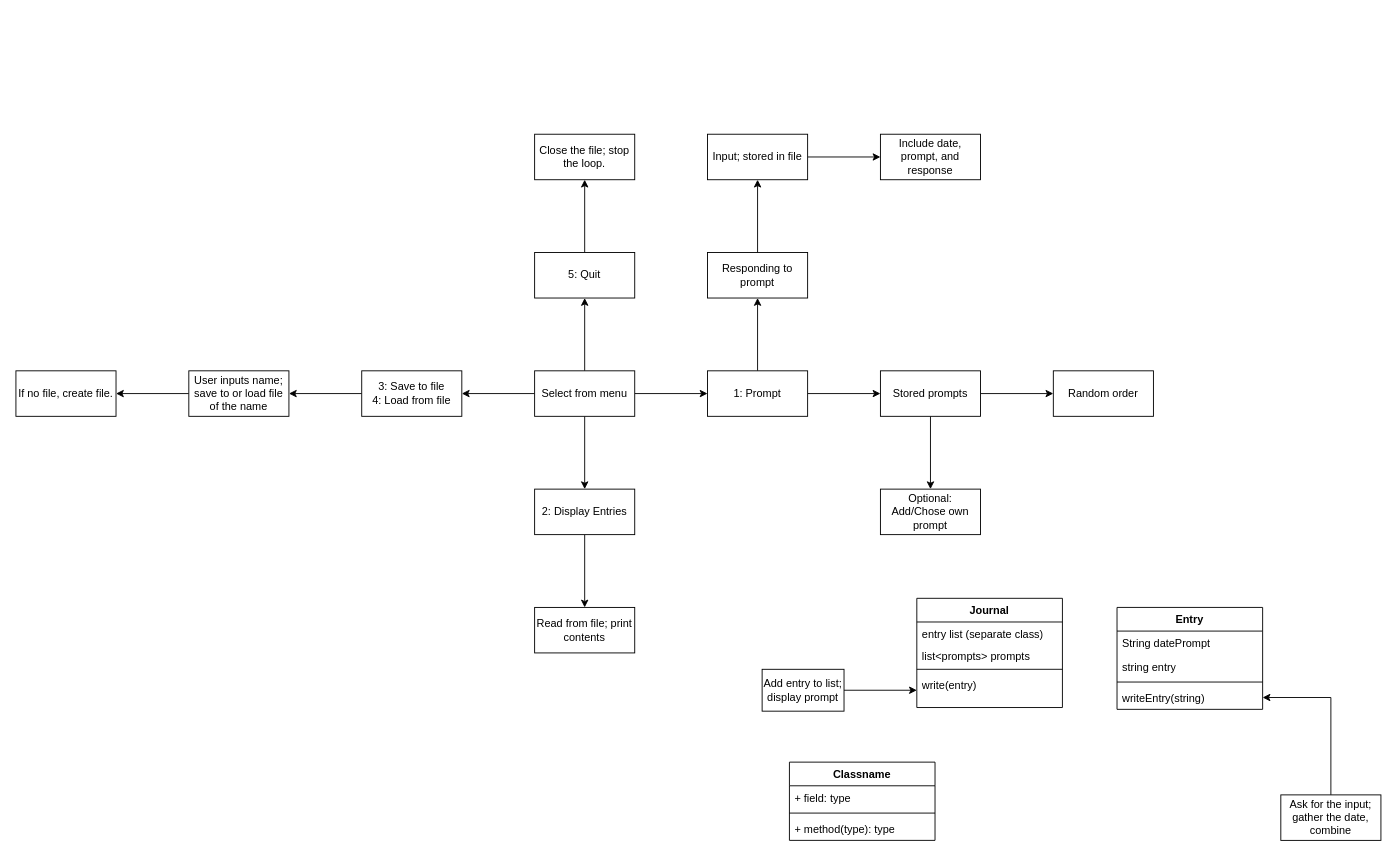
The draw.io diagram JournalClassesDiagram.drawio in Jebthegamer/cse210_hw, before the edit. Source tidied: cells renumbered, new cells numbered last; positions are measured from the earlier drawing's top-left corner, leaving out a move shared by most shapes. Both pictures are drawn from the tidied source at 91%, with x=0, y=0 at pixel (15, 134).
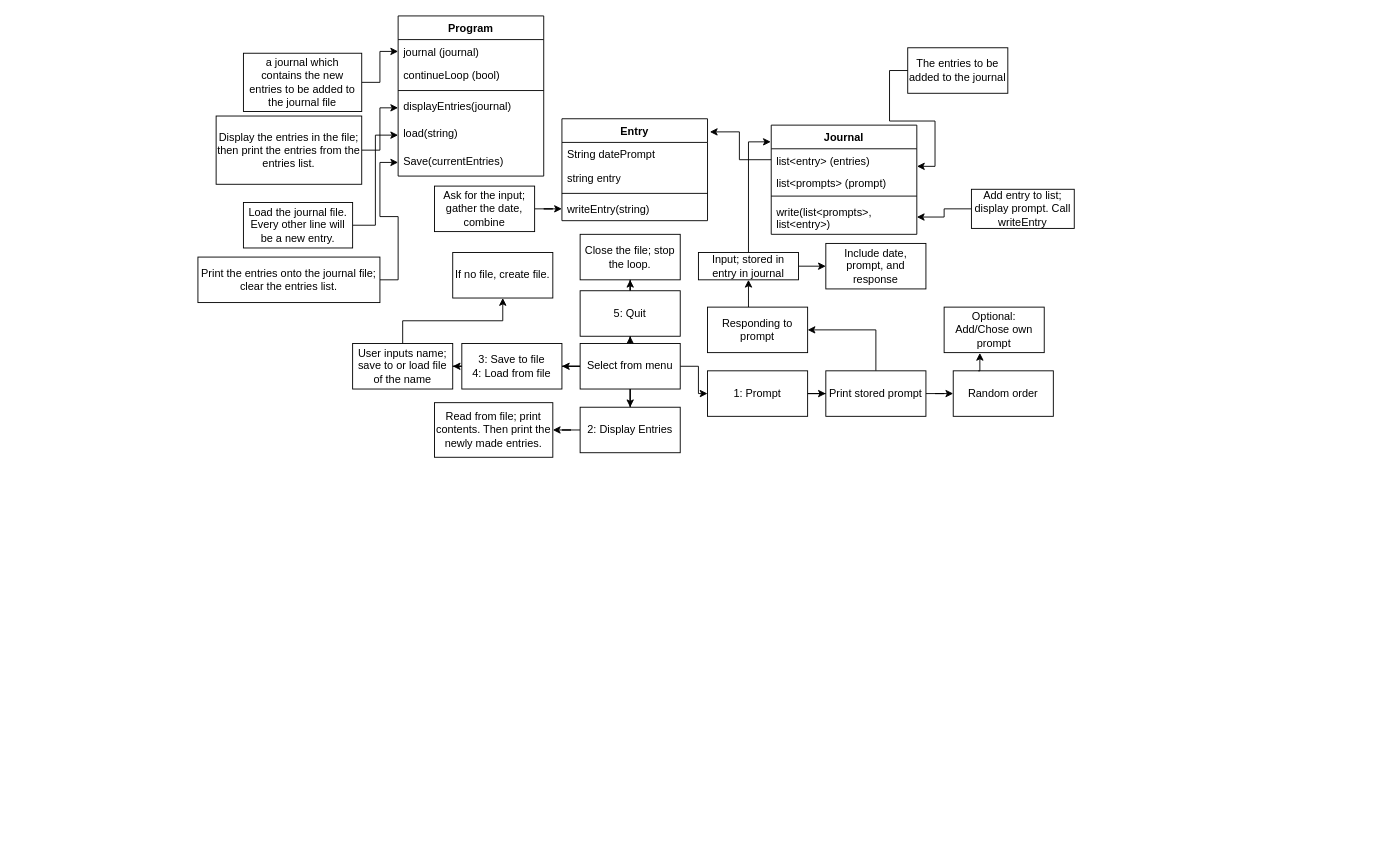
The same page after the edit.

The change refers to these unchanged cells:
```xml
<mxCell id="14" value="1: Prompt" style="html=1;whiteSpace=wrap;" parent="1" vertex="1">
  <mxGeometry x="760" y="260" width="110" height="50" as="geometry" />
</mxCell>
```

Diff of the diagram source:
```diff
@@
     <mxCell id="2" value="Journal" style="swimlane;fontStyle=1;align=center;verticalAlign=top;horizontal=1;startSize=26;whiteSpace=wrap;html=1;" parent="1" vertex="1">
-      <mxGeometry x="990" y="510" width="160" height="120" as="geometry" />
+      <mxGeometry x="830" y="-10" width="160" height="120" as="geometry" />
     </mxCell>
-    <mxCell id="3" value="entry list (separate class)" style="text;strokeColor=none;fillColor=none;align=left;verticalAlign=top;spacingLeft=4;spacingRight=4;overflow=hidden;points=[[0,0.5],[1,0.5]];portConstraint=eastwest;whiteSpace=wrap;html=1;" parent="2" vertex="1">
+    <mxCell id="3" value="list&amp;lt;entry&amp;gt; (entries)" style="text;strokeColor=none;fillColor=none;align=left;verticalAlign=top;spacingLeft=4;spacingRight=4;overflow=hidden;points=[[0,0.5],[1,0.5]];portConstraint=eastwest;whiteSpace=wrap;html=1;" parent="2" vertex="1">
       <mxGeometry y="26" width="160" height="24" as="geometry" />
     </mxCell>
-    <mxCell id="4" value="list&amp;lt;prompts&amp;gt; prompts" style="text;strokeColor=none;fillColor=none;align=left;verticalAlign=top;spacingLeft=4;spacingRight=4;overflow=hidden;whiteSpace=wrap;html=1;" parent="2" vertex="1">
+    <mxCell id="4" value="list&amp;lt;prompts&amp;gt; (prompt)" style="text;strokeColor=none;fillColor=none;align=left;verticalAlign=top;spacingLeft=4;spacingRight=4;overflow=hidden;whiteSpace=wrap;html=1;" parent="2" vertex="1">
       <mxGeometry y="50" width="160" height="24" as="geometry" />
     </mxCell>
@@
-    <mxCell id="6" value="write(entry)" style="text;strokeColor=none;fillColor=none;align=left;verticalAlign=top;spacingLeft=4;spacingRight=4;overflow=hidden;points=[[0,0.5],[1,0.5]];portConstraint=eastwest;whiteSpace=wrap;html=1;" parent="2" vertex="1">
+    <mxCell id="6" value="write(list&amp;lt;prompts&amp;gt;, list&amp;lt;entry&amp;gt;)" style="text;strokeColor=none;fillColor=none;align=left;verticalAlign=top;spacingLeft=4;spacingRight=4;overflow=hidden;points=[[0,0.5],[1,0.5]];portConstraint=eastwest;whiteSpace=wrap;html=1;" parent="2" vertex="1">
       <mxGeometry y="82" width="160" height="38" as="geometry" />
     </mxCell>
@@
     <mxCell id="11" value="Select from menu" style="html=1;whiteSpace=wrap;" parent="1" vertex="1">
-      <mxGeometry x="570" y="260" width="110" height="50" as="geometry" />
+      <mxGeometry x="620" y="230" width="110" height="50" as="geometry" />
     </mxCell>
@@
-    <mxCell id="13" style="edgeStyle=orthogonalEdgeStyle;rounded=0;jettySize=auto;html=1;" parent="1" edge="1" source="14" target="27">
-      <mxGeometry relative="1" as="geometry" />
-    </mxCell>
@@
     <mxCell id="16" value="2: Display Entries" style="html=1;whiteSpace=wrap;" parent="1" vertex="1">
-      <mxGeometry x="570" y="390" width="110" height="50" as="geometry" />
+      <mxGeometry x="620" y="300" width="110" height="50" as="geometry" />
     </mxCell>
@@
     <mxCell id="18" value="3: Save to file&lt;br&gt;4: Load from file" style="html=1;whiteSpace=wrap;" parent="1" vertex="1">
-      <mxGeometry x="380" y="260" width="110" height="50" as="geometry" />
+      <mxGeometry x="490" y="230" width="110" height="50" as="geometry" />
     </mxCell>
@@
     <mxCell id="20" value="5: Quit" style="html=1;whiteSpace=wrap;" parent="1" vertex="1">
-      <mxGeometry x="570" y="130" width="110" height="50" as="geometry" />
+      <mxGeometry x="620" y="172" width="110" height="50" as="geometry" />
     </mxCell>
@@
-    <mxCell id="22" style="edgeStyle=orthogonalEdgeStyle;rounded=0;jettySize=auto;html=1;" parent="1" edge="1" source="23" target="25">
-      <mxGeometry relative="1" as="geometry" />
-    </mxCell>
+    <mxCell id="49" style="edgeStyle=orthogonalEdgeStyle;rounded=0;jettySize=auto;html=1;exitX=0.5;exitY=0;exitDx=0;exitDy=0;entryX=1;entryY=0.5;entryDx=0;entryDy=0;" parent="1" edge="1" source="23" target="27">
+      <mxGeometry relative="1" as="geometry" />
+    </mxCell>
-    <mxCell id="23" value="Stored prompts" style="html=1;whiteSpace=wrap;" parent="1" vertex="1">
-      <mxGeometry x="950" y="260" width="110" height="50" as="geometry" />
+    <mxCell id="23" value="Print stored prompt" style="html=1;whiteSpace=wrap;" parent="1" vertex="1">
+      <mxGeometry x="890" y="260" width="110" height="50" as="geometry" />
     </mxCell>
     <mxCell id="24" value="Random order" style="html=1;whiteSpace=wrap;" parent="1" vertex="1">
-      <mxGeometry x="1140" y="260" width="110" height="50" as="geometry" />
+      <mxGeometry x="1030" y="260" width="110" height="50" as="geometry" />
     </mxCell>
     <mxCell id="25" value="Optional: Add/Chose own prompt" style="html=1;whiteSpace=wrap;" parent="1" vertex="1">
-      <mxGeometry x="950" y="390" width="110" height="50" as="geometry" />
+      <mxGeometry x="1020" y="190" width="110" height="50" as="geometry" />
     </mxCell>
     <mxCell id="26" style="edgeStyle=orthogonalEdgeStyle;rounded=0;jettySize=auto;html=1;" parent="1" edge="1" source="27" target="29">
-      <mxGeometry relative="1" as="geometry" />
+      <mxGeometry relative="1" as="geometry">
+        <Array as="points">
+          <mxPoint x="805" y="180" />
+          <mxPoint x="805" y="180" />
+        </Array>
+      </mxGeometry>
     </mxCell>
     <mxCell id="27" value="Responding to prompt" style="html=1;whiteSpace=wrap;" parent="1" vertex="1">
-      <mxGeometry x="760" y="130" width="110" height="50" as="geometry" />
+      <mxGeometry x="760" y="190" width="110" height="50" as="geometry" />
     </mxCell>
-    <mxCell id="28" style="edgeStyle=orthogonalEdgeStyle;rounded=0;jettySize=auto;html=1;" parent="1" edge="1" source="29" target="31">
+    <mxCell id="28" style="edgeStyle=orthogonalEdgeStyle;rounded=0;jettySize=auto;html=1;exitX=1;exitY=0.5;exitDx=0;exitDy=0;entryX=0;entryY=0.5;entryDx=0;entryDy=0;" parent="1" edge="1" source="29" target="31">
       <mxGeometry relative="1" as="geometry" />
     </mxCell>
-    <mxCell id="29" value="Input; stored in file" style="html=1;whiteSpace=wrap;" parent="1" vertex="1">
-      <mxGeometry x="760" width="110" height="50" as="geometry" />
+    <mxCell id="29" value="Input; stored in entry in journal" style="html=1;whiteSpace=wrap;" parent="1" vertex="1">
+      <mxGeometry x="750" y="130" width="110" height="30" as="geometry" />
     </mxCell>
-    <mxCell id="30" value="Read from file; print contents" style="html=1;whiteSpace=wrap;" parent="1" vertex="1">
-      <mxGeometry x="570" y="520" width="110" height="50" as="geometry" />
+    <mxCell id="30" value="Read from file; print contents. Then print the newly made entries." style="html=1;whiteSpace=wrap;" parent="1" vertex="1">
+      <mxGeometry x="460" y="295" width="130" height="60" as="geometry" />
     </mxCell>
     <mxCell id="31" value="Include date, prompt, and response" style="html=1;whiteSpace=wrap;" parent="1" vertex="1">
-      <mxGeometry x="950" width="110" height="50" as="geometry" />
+      <mxGeometry x="890" y="120" width="110" height="50" as="geometry" />
     </mxCell>
@@
     <mxCell id="33" value="User inputs name; save to or load file of the name" style="html=1;whiteSpace=wrap;" parent="1" vertex="1">
-      <mxGeometry x="190" y="260" width="110" height="50" as="geometry" />
+      <mxGeometry x="370" y="230" width="110" height="50" as="geometry" />
     </mxCell>
     <mxCell id="34" value="If no file, create file." style="html=1;whiteSpace=wrap;" parent="1" vertex="1">
-      <mxGeometry y="260" width="110" height="50" as="geometry" />
+      <mxGeometry x="480" y="130" width="110" height="50" as="geometry" />
     </mxCell>
     <mxCell id="35" value="Close the file; stop the loop." style="html=1;whiteSpace=wrap;" parent="1" vertex="1">
-      <mxGeometry x="570" width="110" height="50" as="geometry" />
+      <mxGeometry x="620" y="110" width="110" height="50" as="geometry" />
     </mxCell>
     <mxCell id="36" value="Entry" style="swimlane;fontStyle=1;align=center;verticalAlign=top;horizontal=1;startSize=26;whiteSpace=wrap;html=1;" parent="1" vertex="1">
-      <mxGeometry x="1210" y="520" width="160" height="112" as="geometry" />
+      <mxGeometry x="600" y="-17" width="160" height="112" as="geometry" />
     </mxCell>
@@
-    <mxCell id="41" value="Classname" style="swimlane;fontStyle=1;align=center;verticalAlign=top;horizontal=1;startSize=26;whiteSpace=wrap;html=1;" parent="1" vertex="1">
-      <mxGeometry x="850" y="690" width="160" height="86" as="geometry" />
+    <mxCell id="41" value="Program" style="swimlane;fontStyle=1;align=center;verticalAlign=top;horizontal=1;startSize=26;whiteSpace=wrap;html=1;" parent="1" vertex="1">
+      <mxGeometry x="420" y="-130" width="160" height="176" as="geometry" />
     </mxCell>
-    <mxCell id="42" value="+ field: type" style="text;strokeColor=none;fillColor=none;align=left;verticalAlign=top;spacingLeft=4;spacingRight=4;overflow=hidden;whiteSpace=wrap;html=1;" parent="41" vertex="1">
-      <mxGeometry y="26" width="160" height="26" as="geometry" />
-    </mxCell>
+    <mxCell id="50" value="journal (journal)" style="text;strokeColor=none;fillColor=none;align=left;verticalAlign=top;spacingLeft=4;spacingRight=4;overflow=hidden;points=[[0,0.5],[1,0.5]];portConstraint=eastwest;whiteSpace=wrap;html=1;" parent="41" vertex="1">
+      <mxGeometry y="26" width="160" height="26" as="geometry" />
+    </mxCell>
+    <mxCell id="51" value="continueLoop (bool)" style="text;strokeColor=none;fillColor=none;align=left;verticalAlign=top;spacingLeft=4;spacingRight=4;overflow=hidden;whiteSpace=wrap;html=1;" parent="41" vertex="1">
+      <mxGeometry y="52" width="160" height="26" as="geometry" />
+    </mxCell>
     <mxCell id="43" style="line;strokeWidth=1;fillColor=none;align=left;verticalAlign=middle;spacingTop=-1;spacingLeft=3;spacingRight=3;labelPosition=right;strokeColor=inherit;" parent="41" vertex="1">
-      <mxGeometry y="52" width="160" height="8" as="geometry" />
+      <mxGeometry y="78" width="160" height="8" as="geometry" />
     </mxCell>
+    <mxCell id="52" value="displayEntries(journal)" style="text;strokeColor=none;fillColor=none;align=left;verticalAlign=top;spacingLeft=4;spacingRight=4;overflow=hidden;points=[[0,0.5],[1,0.5]];portConstraint=eastwest;whiteSpace=wrap;html=1;" parent="41" vertex="1">
+      <mxGeometry y="86" width="160" height="30" as="geometry" />
+    </mxCell>
-    <mxCell id="44" value="+ method(type): type" style="text;strokeColor=none;fillColor=none;align=left;verticalAlign=top;spacingLeft=4;spacingRight=4;overflow=hidden;points=[[0,0.5],[1,0.5]];portConstraint=eastwest;whiteSpace=wrap;html=1;" parent="41" vertex="1">
-      <mxGeometry y="60" width="160" height="26" as="geometry" />
+    <mxCell id="44" value="load(string)" style="text;strokeColor=none;fillColor=none;align=left;verticalAlign=top;spacingLeft=4;spacingRight=4;overflow=hidden;points=[[0,0.5],[1,0.5]];portConstraint=eastwest;whiteSpace=wrap;html=1;" parent="41" vertex="1">
+      <mxGeometry y="116" width="160" height="30" as="geometry" />
     </mxCell>
+    <mxCell id="53" value="Save(currentEntries)" style="text;strokeColor=none;fillColor=none;align=left;verticalAlign=top;spacingLeft=4;spacingRight=4;overflow=hidden;points=[[0,0.5],[1,0.5]];portConstraint=eastwest;whiteSpace=wrap;html=1;" parent="41" vertex="1">
+      <mxGeometry y="146" width="160" height="30" as="geometry" />
+    </mxCell>
@@
     <mxCell id="46" value="Ask for the input; gather the date, combine" style="html=1;whiteSpace=wrap;" parent="1" vertex="1">
-      <mxGeometry x="1390" y="726" width="110" height="50" as="geometry" />
+      <mxGeometry x="460" y="57" width="110" height="50" as="geometry" />
     </mxCell>
-    <mxCell id="47" style="edgeStyle=orthogonalEdgeStyle;rounded=0;jettySize=auto;html=1;" parent="1" edge="1" source="48" target="6">
+    <mxCell id="47" style="edgeStyle=orthogonalEdgeStyle;rounded=0;jettySize=auto;html=1;exitX=0.5;exitY=1;exitDx=0;exitDy=0;entryX=1;entryY=0.5;entryDx=0;entryDy=0;" parent="1" edge="1" source="48" target="6">
       <mxGeometry relative="1" as="geometry" />
     </mxCell>
-    <mxCell id="48" value="Add entry to list; display prompt" style="html=1;whiteSpace=wrap;" parent="1" vertex="1">
-      <mxGeometry x="820" y="588" width="90" height="46" as="geometry" />
+    <mxCell id="48" value="Add entry to list; display prompt. Call writeEntry" style="html=1;whiteSpace=wrap;direction=south;" parent="1" vertex="1">
+      <mxGeometry x="1050" y="60.5" width="113" height="43" as="geometry" />
     </mxCell>
+    <mxCell id="54" style="edgeStyle=orthogonalEdgeStyle;rounded=0;jettySize=auto;html=1;exitX=0;exitY=0.5;exitDx=0;exitDy=0;entryX=1.016;entryY=0.129;entryDx=0;entryDy=0;entryPerimeter=0;" parent="1" edge="1" source="3" target="36">
+      <mxGeometry relative="1" as="geometry" />
+    </mxCell>
+    <mxCell id="55" style="edgeStyle=orthogonalEdgeStyle;rounded=0;jettySize=auto;html=1;exitX=0.25;exitY=0;exitDx=0;exitDy=0;entryX=0.357;entryY=1.007;entryDx=0;entryDy=0;entryPerimeter=0;" parent="1" edge="1" source="24" target="25">
+      <mxGeometry relative="1" as="geometry" />
+    </mxCell>
+    <mxCell id="56" style="edgeStyle=orthogonalEdgeStyle;rounded=0;jettySize=auto;html=1;exitX=0.5;exitY=0;exitDx=0;exitDy=0;entryX=-0.003;entryY=0.153;entryDx=0;entryDy=0;entryPerimeter=0;" parent="1" edge="1" source="29" target="2">
+      <mxGeometry relative="1" as="geometry" />
+    </mxCell>
+    <mxCell id="57" style="edgeStyle=orthogonalEdgeStyle;rounded=0;jettySize=auto;html=1;exitX=1;exitY=0.5;exitDx=0;exitDy=0;entryX=0;entryY=0.5;entryDx=0;entryDy=0;" parent="1" edge="1" source="58" target="50">
+      <mxGeometry relative="1" as="geometry" />
+    </mxCell>
+    <mxCell id="58" value="a journal which contains the new entries to be added to the journal file" style="html=1;whiteSpace=wrap;" parent="1" vertex="1">
+      <mxGeometry x="250" y="-89" width="130" height="64" as="geometry" />
+    </mxCell>
+    <mxCell id="59" value="The entries to be added to the journal" style="html=1;whiteSpace=wrap;" parent="1" vertex="1">
+      <mxGeometry x="980" y="-95" width="110" height="50" as="geometry" />
+    </mxCell>
+    <mxCell id="60" style="edgeStyle=orthogonalEdgeStyle;rounded=0;jettySize=auto;html=1;exitX=0;exitY=0.5;exitDx=0;exitDy=0;entryX=1.001;entryY=0.803;entryDx=0;entryDy=0;entryPerimeter=0;" parent="1" edge="1" source="59" target="3">
+      <mxGeometry relative="1" as="geometry" />
+    </mxCell>
+    <mxCell id="61" style="edgeStyle=orthogonalEdgeStyle;rounded=0;jettySize=auto;html=1;exitX=1;exitY=0.5;exitDx=0;exitDy=0;entryX=0;entryY=0.5;entryDx=0;entryDy=0;" parent="1" edge="1" source="62" target="52">
+      <mxGeometry relative="1" as="geometry" />
+    </mxCell>
+    <mxCell id="62" value="Display the entries in the file; then print the entries from the entries list." style="html=1;whiteSpace=wrap;" parent="1" vertex="1">
+      <mxGeometry x="220" y="-20" width="160" height="75" as="geometry" />
+    </mxCell>
+    <mxCell id="63" style="edgeStyle=orthogonalEdgeStyle;rounded=0;jettySize=auto;html=1;exitX=1;exitY=0.5;exitDx=0;exitDy=0;entryX=0;entryY=0.5;entryDx=0;entryDy=0;" parent="1" edge="1" source="64" target="44">
+      <mxGeometry relative="1" as="geometry" />
+    </mxCell>
+    <mxCell id="64" value="Load the journal file. Every other line will be a new entry." style="html=1;whiteSpace=wrap;" parent="1" vertex="1">
+      <mxGeometry x="250" y="75" width="120" height="50" as="geometry" />
+    </mxCell>
+    <mxCell id="65" style="edgeStyle=orthogonalEdgeStyle;rounded=0;jettySize=auto;html=1;exitX=1;exitY=0.5;exitDx=0;exitDy=0;entryX=0;entryY=0.5;entryDx=0;entryDy=0;" parent="1" edge="1" source="66" target="53">
+      <mxGeometry relative="1" as="geometry" />
+    </mxCell>
+    <mxCell id="66" value="Print the entries onto the journal file; clear the entries list." style="html=1;whiteSpace=wrap;" parent="1" vertex="1">
+      <mxGeometry x="200" y="135" width="200" height="50" as="geometry" />
+    </mxCell>
```
